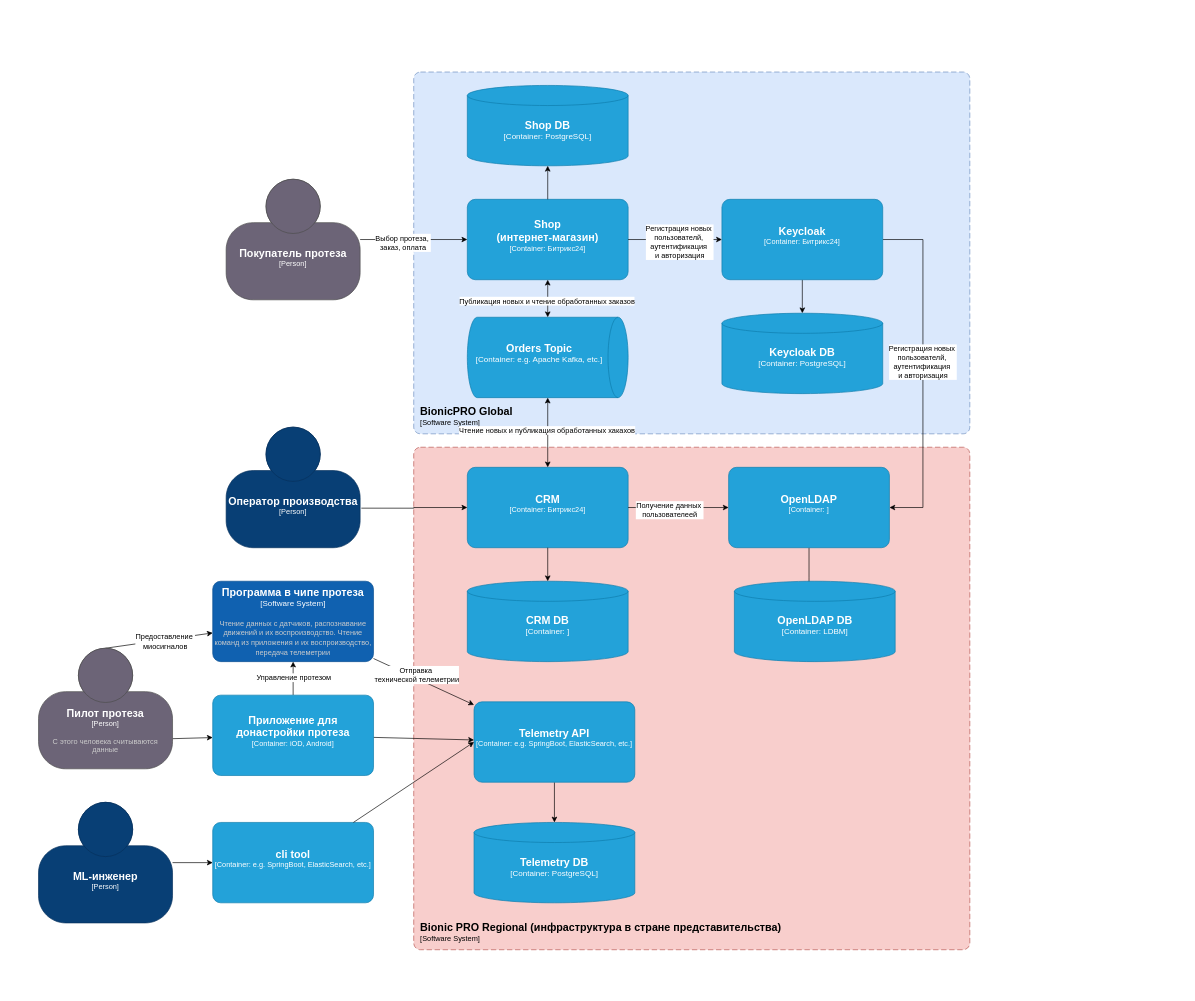
Before: page "To be" (2 of 2) of images/BionicPRO_C4_model-1-security.drawio in voitenkov-courses/architecture-bionicpro, a draw.io diagram. Source tidied: cells renumbered, new cells numbered last; positions are measured from the earlier drawing's top-left corner, leaving out a move shared by most shapes. Both pictures are drawn from the tidied source at 67%, with x=0, y=0 at pixel (11, 38).
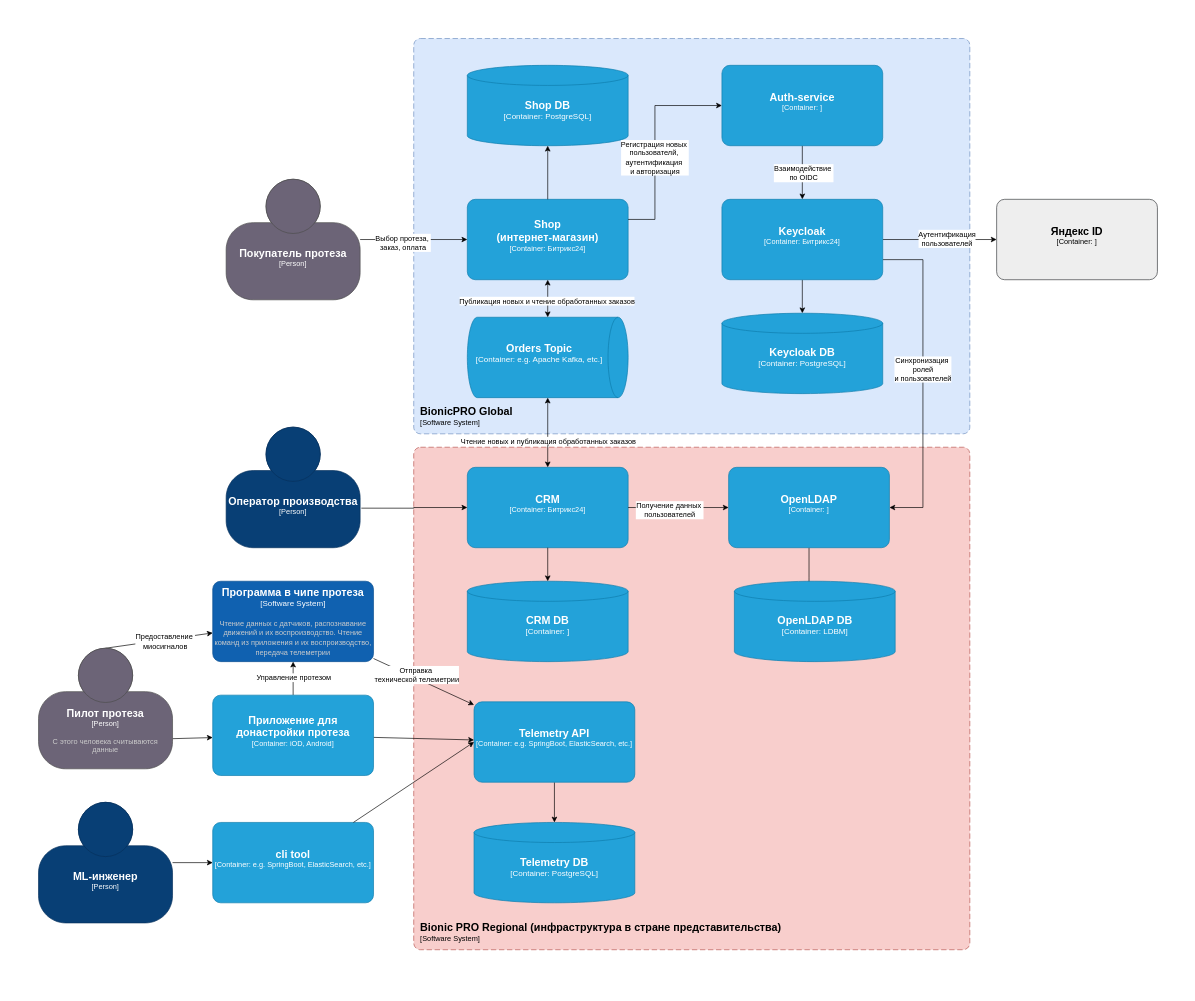
After the change.

The change refers to these unchanged cells:
```xml
<object id="26" label="&lt;font style=&quot;font-size: 16px&quot;&gt;&lt;b&gt;%c4Name%&lt;/b&gt;&lt;/font&gt;&lt;div&gt;[%c4Type%: %c4Technology%]&lt;/div&gt;&lt;br&gt;&lt;div&gt;&lt;font style=&quot;font-size: 11px&quot;&gt;&lt;font color=&quot;#E6E6E6&quot;&gt;%c4Description%&lt;/font&gt;&lt;/div&gt;" c4Description="" c4Name="Shop&#10;(интернет-магазин)" c4Technology="Битрикс24" c4Type="Container" placeholders="1">
  <mxCell style="rounded=1;whiteSpace=wrap;html=1;fontSize=11;labelBackgroundColor=none;fillColor=#23A2D9;fontColor=#ffffff;align=center;arcSize=10;strokeColor=#0E7DAD;points=[[0.25,0,0],[0.5,0,0],[0.75,0,0],[1,0.25,0],[1,0.5,0],[1,0.75,0],[0.75,1,0],[0.5,1,0],[0.25,1,0],[0,0.75,0],[0,0.5,0],[0,0.25,0]];" parent="1" vertex="1">
    <mxGeometry x="680" y="240" width="240" height="120" as="geometry" />
  </mxCell>
</object>
<object id="41" label="&lt;font style=&quot;font-size: 16px&quot;&gt;&lt;b&gt;%c4Name%&lt;/b&gt;&lt;/font&gt;&lt;div&gt;[%c4Type%: %c4Technology%]&lt;/div&gt;&lt;br&gt;&lt;div&gt;&lt;font style=&quot;font-size: 11px&quot;&gt;&lt;font color=&quot;#E6E6E6&quot;&gt;%c4Description%&lt;/font&gt;&lt;/div&gt;" c4Description="" c4Name="OpenLDAP" c4Technology="" c4Type="Container" placeholders="1">
  <mxCell style="rounded=1;whiteSpace=wrap;html=1;fontSize=11;labelBackgroundColor=none;fillColor=#23A2D9;fontColor=#ffffff;align=center;arcSize=10;strokeColor=#0E7DAD;points=[[0.25,0,0],[0.5,0,0],[0.75,0,0],[1,0.25,0],[1,0.5,0],[1,0.75,0],[0.75,1,0],[0.5,1,0],[0.25,1,0],[0,0.75,0],[0,0.5,0],[0,0.25,0]];" parent="1" vertex="1">
    <mxGeometry x="1070" y="640" width="240" height="120" as="geometry" />
  </mxCell>
</object>
<mxCell id="45" style="rounded=0;jettySize=auto;html=1;entryX=1;entryY=0.5;entryDx=0;entryDy=0;entryPerimeter=0;startArrow=classic;startFill=1;" parent="1" edge="1" target="44">
  <mxGeometry relative="1" as="geometry">
    <mxPoint x="800" y="640" as="sourcePoint" />
  </mxGeometry>
</mxCell>
<mxCell id="49" style="edgeStyle=orthogonalEdgeStyle;rounded=0;jettySize=auto;html=1;entryX=0;entryY=0.5;entryDx=0;entryDy=0;entryPerimeter=0;" parent="1" edge="1" source="27" target="41">
  <mxGeometry relative="1" as="geometry" />
</mxCell>
```

What changed in the source:
```diff
@@
     <mxCell id="2" style="rounded=0;whiteSpace=wrap;html=1;strokeColor=none;" parent="1" vertex="1">
-      <mxGeometry width="1480" height="1420" as="geometry" />
+      <mxGeometry y="-40" width="1750" height="1460" as="geometry" />
     </mxCell>
     <object id="3" label="&lt;font style=&quot;font-size: 16px&quot;&gt;&lt;b&gt;&lt;div style=&quot;text-align: left&quot;&gt;%c4Name%&lt;/div&gt;&lt;/b&gt;&lt;/font&gt;&lt;div style=&quot;text-align: left&quot;&gt;[%c4Application%]&lt;/div&gt;" c4Application="Software System" c4Name="BionicPRO Global" placeholders="1">
       <mxCell style="rounded=1;fontSize=11;whiteSpace=wrap;html=1;dashed=1;arcSize=20;fillColor=#dae8fc;strokeColor=#6c8ebf;labelBackgroundColor=none;align=left;verticalAlign=bottom;labelBorderColor=none;spacingTop=0;spacing=10;dashPattern=8 4;perimeter=rectanglePerimeter;noLabel=0;labelPadding=0;absoluteArcSize=1;" parent="1" vertex="1">
-        <mxGeometry x="600" y="50" width="830" height="540" as="geometry" />
+        <mxGeometry x="600" width="830" height="590" as="geometry" />
       </mxCell>
     </object>
@@
     <object id="25" label="&lt;font style=&quot;font-size: 16px&quot;&gt;&lt;b&gt;%c4Name%&lt;/b&gt;&lt;/font&gt;&lt;div&gt;[%c4Type%:&amp;nbsp;%c4Technology%]&lt;/div&gt;&lt;br&gt;&lt;div&gt;&lt;font style=&quot;font-size: 11px&quot;&gt;&lt;font color=&quot;#E6E6E6&quot;&gt;%c4Description%&lt;/font&gt;&lt;/div&gt;" c4Description="" c4Name="Shop DB" c4Technology="PostgreSQL" c4Type="Container" placeholders="1">
       <mxCell style="shape=cylinder3;size=15;whiteSpace=wrap;html=1;boundedLbl=1;rounded=0;labelBackgroundColor=none;fillColor=#23A2D9;fontSize=12;fontColor=#ffffff;align=center;strokeColor=#0E7DAD;points=[[0.5,0,0],[1,0.25,0],[1,0.5,0],[1,0.75,0],[0.5,1,0],[0,0.75,0],[0,0.5,0],[0,0.25,0]];" parent="1" vertex="1">
-        <mxGeometry x="680" y="70" width="240" height="120" as="geometry" />
+        <mxGeometry x="680" y="40" width="240" height="120" as="geometry" />
       </mxCell>
     </object>
@@
-    <mxCell id="33" style="edgeStyle=orthogonalEdgeStyle;rounded=0;jettySize=auto;html=1;entryX=1;entryY=0.5;entryDx=0;entryDy=0;entryPerimeter=0;exitX=1;exitY=0.5;exitDx=0;exitDy=0;exitPerimeter=0;" parent="1" edge="1" source="35" target="41">
+    <mxCell id="33" style="edgeStyle=orthogonalEdgeStyle;rounded=0;jettySize=auto;html=1;entryX=1;entryY=0.5;entryDx=0;entryDy=0;entryPerimeter=0;exitX=1;exitY=0.75;exitDx=0;exitDy=0;exitPerimeter=0;" parent="1" edge="1" source="35" target="41">
       <mxGeometry relative="1" as="geometry">
         <Array as="points">
-          <mxPoint x="1360" y="300" />
+          <mxPoint x="1360" y="330" />
           <mxPoint x="1360" y="700" />
         </Array>
       </mxGeometry>
     </mxCell>
-    <mxCell id="34" value="Регистрация новых&amp;nbsp;&lt;div&gt;пользователй,&amp;nbsp;&lt;div&gt;аутентификация&amp;nbsp;&lt;div&gt;и авторизация&lt;/div&gt;&lt;/div&gt;&lt;/div&gt;" style="edgeLabel;html=1;align=center;verticalAlign=middle;" parent="33" vertex="1">
-      <mxGeometry x="-0.05" y="-1" relative="1" as="geometry" />
-    </mxCell>
-    <object id="35" label="&lt;font style=&quot;font-size: 16px&quot;&gt;&lt;b&gt;%c4Name%&lt;/b&gt;&lt;/font&gt;&lt;div&gt;[%c4Type%: %c4Technology%]&lt;/div&gt;&lt;br&gt;&lt;div&gt;&lt;font style=&quot;font-size: 11px&quot;&gt;&lt;font color=&quot;#E6E6E6&quot;&gt;%c4Description%&lt;/font&gt;&lt;/div&gt;" c4Description="" c4Name="Keycloak" c4Technology="Битрикс24" c4Type="Container" placeholders="1">
-      <mxCell style="rounded=1;whiteSpace=wrap;html=1;fontSize=11;labelBackgroundColor=none;fillColor=#23A2D9;fontColor=#ffffff;align=center;arcSize=10;strokeColor=#0E7DAD;points=[[0.25,0,0],[0.5,0,0],[0.75,0,0],[1,0.25,0],[1,0.5,0],[1,0.75,0],[0.75,1,0],[0.5,1,0],[0.25,1,0],[0,0.75,0],[0,0.5,0],[0,0.25,0]];" parent="1" vertex="1">
-        <mxGeometry x="1060" y="240" width="240" height="120" as="geometry" />
-      </mxCell>
-    </object>
+    <mxCell id="51" value="Синхронизация&amp;nbsp;&lt;div&gt;ролей&lt;/div&gt;&lt;div&gt;и пользователей&lt;/div&gt;" style="edgeLabel;html=1;align=center;verticalAlign=middle;" parent="33" vertex="1">
+      <mxGeometry x="-0.07" y="-1" relative="1" as="geometry" />
+    </mxCell>
@@
-    <mxCell id="38" style="edgeStyle=orthogonalEdgeStyle;rounded=0;jettySize=auto;html=1;entryX=0;entryY=0.5;entryDx=0;entryDy=0;entryPerimeter=0;" parent="1" edge="1" source="26" target="35">
-      <mxGeometry relative="1" as="geometry" />
-    </mxCell>
-    <mxCell id="39" value="Регистрация новых&amp;nbsp;&lt;div&gt;пользователй,&amp;nbsp;&lt;div&gt;аутентификация&amp;nbsp;&lt;div&gt;и авторизация&lt;/div&gt;&lt;/div&gt;&lt;/div&gt;" style="edgeLabel;html=1;align=center;verticalAlign=middle;" parent="38" vertex="1">
-      <mxGeometry x="0.09" y="-3" relative="1" as="geometry" />
-    </mxCell>
@@
-    <mxCell id="46" value="Чтение новых и публикация обработанных хакахов" style="edgeLabel;html=1;align=center;verticalAlign=middle;" parent="45" vertex="1">
-      <mxGeometry x="0.07" y="2" relative="1" as="geometry" />
+    <mxCell id="46" value="Чтение новых и публикация обработанных заказов" style="edgeLabel;html=1;align=center;verticalAlign=middle;" parent="45" vertex="1">
+      <mxGeometry x="0.07" y="2" relative="1" as="geometry">
+        <mxPoint x="2" y="16" as="offset" />
+      </mxGeometry>
     </mxCell>
@@
-    <mxCell id="50" value="Получение данных&amp;nbsp;&lt;div&gt;пользователеей&lt;/div&gt;" style="edgeLabel;html=1;align=center;verticalAlign=middle;" parent="49" vertex="1">
+    <mxCell id="50" value="Получение данных&amp;nbsp;&lt;div&gt;пользователей&lt;/div&gt;" style="edgeLabel;html=1;align=center;verticalAlign=middle;" parent="49" vertex="1">
       <mxGeometry x="-0.19" y="-3" relative="1" as="geometry" />
     </mxCell>
+    <mxCell id="52" style="edgeStyle=orthogonalEdgeStyle;rounded=0;jettySize=auto;html=1;entryX=0;entryY=0.5;entryDx=0;entryDy=0;entryPerimeter=0;" parent="1" edge="1" target="56">
+      <mxGeometry relative="1" as="geometry">
+        <mxPoint x="920" y="270" as="sourcePoint" />
+        <Array as="points">
+          <mxPoint x="960" y="270" />
+          <mxPoint x="960" y="100" />
+        </Array>
+      </mxGeometry>
+    </mxCell>
+    <mxCell id="53" value="Регистрация новых&amp;nbsp;&lt;div&gt;пользователй,&amp;nbsp;&lt;div&gt;аутентификация&amp;nbsp;&lt;div&gt;и авторизация&lt;/div&gt;&lt;/div&gt;&lt;/div&gt;" style="edgeLabel;html=1;align=center;verticalAlign=middle;" parent="52" vertex="1">
+      <mxGeometry x="-0.14" y="1" relative="1" as="geometry" />
+    </mxCell>
+    <mxCell id="54" style="edgeStyle=orthogonalEdgeStyle;rounded=0;jettySize=auto;html=1;" parent="1" edge="1" source="56" target="35">
+      <mxGeometry relative="1" as="geometry" />
+    </mxCell>
+    <mxCell id="55" value="Взаимодействие&amp;nbsp;&lt;div&gt;по OIDC&lt;/div&gt;" style="edgeLabel;html=1;align=center;verticalAlign=middle;" parent="54" vertex="1">
+      <mxGeometry y="1" relative="1" as="geometry" />
+    </mxCell>
+    <object id="56" label="&lt;font style=&quot;font-size: 16px&quot;&gt;&lt;b&gt;%c4Name%&lt;/b&gt;&lt;/font&gt;&lt;div&gt;[%c4Type%: %c4Technology%]&lt;/div&gt;&lt;br&gt;&lt;div&gt;&lt;font style=&quot;font-size: 11px&quot;&gt;&lt;font color=&quot;#E6E6E6&quot;&gt;%c4Description%&lt;/font&gt;&lt;/div&gt;" c4Description="" c4Name="Auth-service" c4Technology="" c4Type="Container" placeholders="1">
+      <mxCell style="rounded=1;whiteSpace=wrap;html=1;fontSize=11;labelBackgroundColor=none;fillColor=#23A2D9;fontColor=#ffffff;align=center;arcSize=10;strokeColor=#0E7DAD;points=[[0.25,0,0],[0.5,0,0],[0.75,0,0],[1,0.25,0],[1,0.5,0],[1,0.75,0],[0.75,1,0],[0.5,1,0],[0.25,1,0],[0,0.75,0],[0,0.5,0],[0,0.25,0]];" parent="1" vertex="1">
+        <mxGeometry x="1060" y="40" width="240" height="120" as="geometry" />
+      </mxCell>
+    </object>
+    <object id="57" label="&lt;font style=&quot;font-size: 16px&quot;&gt;&lt;b&gt;%c4Name%&lt;/b&gt;&lt;/font&gt;&lt;div&gt;[%c4Type%: %c4Technology%]&lt;/div&gt;&lt;br&gt;&lt;div&gt;&lt;font style=&quot;font-size: 11px&quot;&gt;&lt;font color=&quot;#E6E6E6&quot;&gt;%c4Description%&lt;/font&gt;&lt;/div&gt;" c4Description="" c4Name="Яндекс ID" c4Technology="" c4Type="Container" placeholders="1">
+      <mxCell style="rounded=1;whiteSpace=wrap;html=1;fontSize=11;labelBackgroundColor=none;fillColor=#eeeeee;align=center;arcSize=10;strokeColor=#36393d;points=[[0.25,0,0],[0.5,0,0],[0.75,0,0],[1,0.25,0],[1,0.5,0],[1,0.75,0],[0.75,1,0],[0.5,1,0],[0.25,1,0],[0,0.75,0],[0,0.5,0],[0,0.25,0]];" parent="1" vertex="1">
+        <mxGeometry x="1470" y="240" width="240" height="120" as="geometry" />
+      </mxCell>
+    </object>
+    <mxCell id="58" style="edgeStyle=orthogonalEdgeStyle;rounded=0;jettySize=auto;html=1;entryX=0;entryY=0.5;entryDx=0;entryDy=0;entryPerimeter=0;" parent="1" edge="1" source="35" target="57">
+      <mxGeometry relative="1" as="geometry" />
+    </mxCell>
+    <mxCell id="59" value="Аутентификация&lt;div&gt;пользователей&lt;/div&gt;" style="edgeLabel;html=1;align=center;verticalAlign=middle;" parent="58" vertex="1">
+      <mxGeometry x="0.12" y="2" relative="1" as="geometry" />
+    </mxCell>
+    <object id="35" label="&lt;font style=&quot;font-size: 16px&quot;&gt;&lt;b&gt;%c4Name%&lt;/b&gt;&lt;/font&gt;&lt;div&gt;[%c4Type%: %c4Technology%]&lt;/div&gt;&lt;br&gt;&lt;div&gt;&lt;font style=&quot;font-size: 11px&quot;&gt;&lt;font color=&quot;#E6E6E6&quot;&gt;%c4Description%&lt;/font&gt;&lt;/div&gt;" c4Description="" c4Name="Keycloak" c4Technology="Битрикс24" c4Type="Container" placeholders="1">
+      <mxCell style="rounded=1;whiteSpace=wrap;html=1;fontSize=11;labelBackgroundColor=none;fillColor=#23A2D9;fontColor=#ffffff;align=center;arcSize=10;strokeColor=#0E7DAD;points=[[0.25,0,0],[0.5,0,0],[0.75,0,0],[1,0.25,0],[1,0.5,0],[1,0.75,0],[0.75,1,0],[0.5,1,0],[0.25,1,0],[0,0.75,0],[0,0.5,0],[0,0.25,0]];" parent="1" vertex="1">
+        <mxGeometry x="1060" y="240" width="240" height="120" as="geometry" />
+      </mxCell>
+    </object>
```
